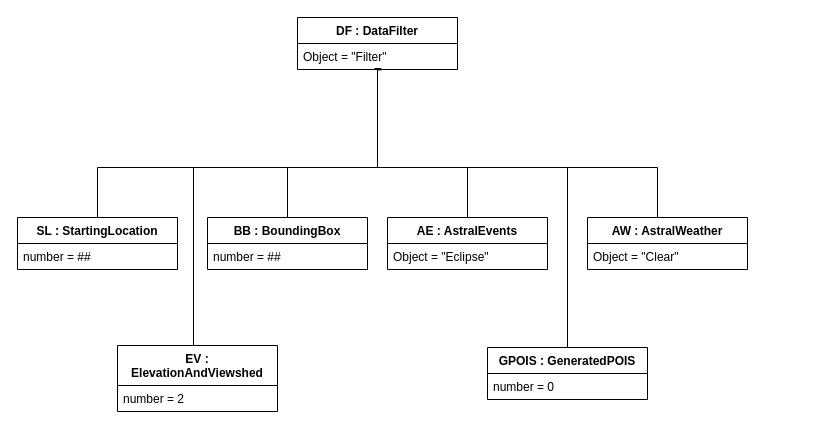
The draw.io diagram UML/DrawIO/ObjectDiagram.drawio in ALEEF02/PrecisionLocationProcessor, before the edit. Source tidied: cells renumbered, new cells numbered last; positions are measured from the earlier drawing's top-left corner, leaving out a move shared by most shapes. Both pictures are drawn from the tidied source at 100%, with x=0, y=0 at pixel (17, 17).
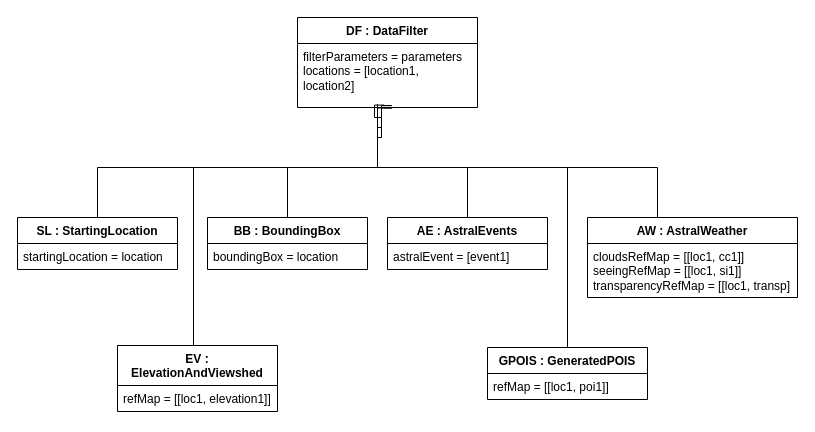
The same diagram, later.

Commit message:
ObjectDiagram draft to be reviewed by team

The change refers to these unchanged cells:
```xml
<mxCell id="4" value="SL : StartingLocation" style="swimlane;fontStyle=1;align=center;verticalAlign=top;horizontal=1;startSize=26;whiteSpace=wrap;html=1;" parent="1" vertex="1">
  <mxGeometry y="200" width="160" height="52" as="geometry" />
</mxCell>
<mxCell id="6" value="BB : BoundingBox" style="swimlane;fontStyle=1;align=center;verticalAlign=top;horizontal=1;startSize=26;whiteSpace=wrap;html=1;" parent="1" vertex="1">
  <mxGeometry x="190" y="200" width="160" height="52" as="geometry" />
</mxCell>
<mxCell id="8" value="AE : AstralEvents" style="swimlane;fontStyle=1;align=center;verticalAlign=top;horizontal=1;startSize=26;whiteSpace=wrap;html=1;" parent="1" vertex="1">
  <mxGeometry x="370" y="200" width="160" height="52" as="geometry" />
</mxCell>
<mxCell id="12" value="EV : ElevationAndViewshed" style="swimlane;fontStyle=1;align=center;verticalAlign=top;horizontal=1;startSize=40;whiteSpace=wrap;html=1;" parent="1" vertex="1">
  <mxGeometry x="100" y="328" width="160" height="66" as="geometry" />
</mxCell>
<mxCell id="14" value="GPOIS : GeneratedPOIS" style="swimlane;fontStyle=1;align=center;verticalAlign=top;horizontal=1;startSize=26;whiteSpace=wrap;html=1;" parent="1" vertex="1">
  <mxGeometry x="470" y="330" width="160" height="52" as="geometry" />
</mxCell>
```

What changed in the source:
```diff
@@
     <mxCell id="2" value="DF : DataFilter" style="swimlane;fontStyle=1;align=center;verticalAlign=top;horizontal=1;startSize=26;whiteSpace=wrap;html=1;" parent="1" vertex="1">
-      <mxGeometry x="280" width="160" height="52" as="geometry" />
+      <mxGeometry x="280" width="180" height="90" as="geometry" />
     </mxCell>
-    <mxCell id="3" value="Object = &quot;Filter&quot;" style="text;strokeColor=none;fillColor=none;align=left;verticalAlign=top;spacingLeft=4;spacingRight=4;overflow=hidden;points=[[0,0.5],[1,0.5]];portConstraint=eastwest;whiteSpace=wrap;html=1;" parent="2" vertex="1">
-      <mxGeometry y="26" width="160" height="26" as="geometry" />
+    <mxCell id="3" value="filterParameters = parameters&lt;br&gt;locations = [location1, location2]" style="text;strokeColor=none;fillColor=none;align=left;verticalAlign=top;spacingLeft=4;spacingRight=4;overflow=hidden;points=[[0,0.5],[1,0.5]];portConstraint=eastwest;whiteSpace=wrap;html=1;" parent="2" vertex="1">
+      <mxGeometry y="26" width="180" height="64" as="geometry" />
     </mxCell>
@@
-    <mxCell id="5" value="number = ##" style="text;strokeColor=none;fillColor=none;align=left;verticalAlign=top;spacingLeft=4;spacingRight=4;overflow=hidden;whiteSpace=wrap;html=1;" parent="4" vertex="1">
+    <mxCell id="5" value="startingLocation = location" style="text;strokeColor=none;fillColor=none;align=left;verticalAlign=top;spacingLeft=4;spacingRight=4;overflow=hidden;whiteSpace=wrap;html=1;" parent="4" vertex="1">
       <mxGeometry y="26" width="160" height="26" as="geometry" />
     </mxCell>
@@
-    <mxCell id="7" value="number = ##" style="text;strokeColor=none;fillColor=none;align=left;verticalAlign=top;spacingLeft=4;spacingRight=4;overflow=hidden;whiteSpace=wrap;html=1;" parent="6" vertex="1">
+    <mxCell id="7" value="boundingBox = location" style="text;strokeColor=none;fillColor=none;align=left;verticalAlign=top;spacingLeft=4;spacingRight=4;overflow=hidden;whiteSpace=wrap;html=1;" parent="6" vertex="1">
       <mxGeometry y="26" width="160" height="26" as="geometry" />
     </mxCell>
@@
-    <mxCell id="9" value="Object = &quot;Eclipse&quot;" style="text;strokeColor=none;fillColor=none;align=left;verticalAlign=top;spacingLeft=4;spacingRight=4;overflow=hidden;whiteSpace=wrap;html=1;" parent="8" vertex="1">
+    <mxCell id="9" value="astralEvent = [event1]" style="text;strokeColor=none;fillColor=none;align=left;verticalAlign=top;spacingLeft=4;spacingRight=4;overflow=hidden;whiteSpace=wrap;html=1;" parent="8" vertex="1">
       <mxGeometry y="26" width="160" height="26" as="geometry" />
     </mxCell>
     <mxCell id="10" value="AW : AstralWeather" style="swimlane;fontStyle=1;align=center;verticalAlign=top;horizontal=1;startSize=26;whiteSpace=wrap;html=1;" parent="1" vertex="1">
-      <mxGeometry x="570" y="200" width="160" height="52" as="geometry" />
+      <mxGeometry x="570" y="200" width="210" height="80" as="geometry" />
     </mxCell>
-    <mxCell id="11" value="Object = &quot;Clear&quot;" style="text;strokeColor=none;fillColor=none;align=left;verticalAlign=top;spacingLeft=4;spacingRight=4;overflow=hidden;whiteSpace=wrap;html=1;" parent="10" vertex="1">
-      <mxGeometry y="26" width="160" height="26" as="geometry" />
+    <mxCell id="11" value="cloudsRefMap = [[loc1, cc1]]&lt;br&gt;seeingRefMap = [[loc1, si1]]&lt;br&gt;transparencyRefMap = [[loc1, transp]" style="text;strokeColor=none;fillColor=none;align=left;verticalAlign=top;spacingLeft=4;spacingRight=4;overflow=hidden;whiteSpace=wrap;html=1;" parent="10" vertex="1">
+      <mxGeometry y="26" width="210" height="54" as="geometry" />
     </mxCell>
@@
-    <mxCell id="13" value="number = 2" style="text;strokeColor=none;fillColor=none;align=left;verticalAlign=top;spacingLeft=4;spacingRight=4;overflow=hidden;whiteSpace=wrap;html=1;" parent="12" vertex="1">
+    <mxCell id="13" value="refMap = [[loc1, elevation1]]" style="text;strokeColor=none;fillColor=none;align=left;verticalAlign=top;spacingLeft=4;spacingRight=4;overflow=hidden;whiteSpace=wrap;html=1;" parent="12" vertex="1">
       <mxGeometry y="40" width="160" height="26" as="geometry" />
     </mxCell>
@@
-    <mxCell id="15" value="number = 0" style="text;strokeColor=none;fillColor=none;align=left;verticalAlign=top;spacingLeft=4;spacingRight=4;overflow=hidden;whiteSpace=wrap;html=1;" parent="14" vertex="1">
+    <mxCell id="15" value="refMap = [[loc1, poi1]]" style="text;strokeColor=none;fillColor=none;align=left;verticalAlign=top;spacingLeft=4;spacingRight=4;overflow=hidden;whiteSpace=wrap;html=1;" parent="14" vertex="1">
       <mxGeometry y="26" width="160" height="26" as="geometry" />
     </mxCell>
     <mxCell id="16" style="edgeStyle=orthogonalEdgeStyle;rounded=0;jettySize=auto;html=1;exitX=0.5;exitY=0;exitDx=0;exitDy=0;entryX=0.523;entryY=1.008;entryDx=0;entryDy=0;entryPerimeter=0;endArrow=none;endFill=0;" parent="1" edge="1" source="4" target="3">
       <mxGeometry relative="1" as="geometry">
         <Array as="points">
           <mxPoint x="80" y="150" />
           <mxPoint x="360" y="150" />
-          <mxPoint x="360" y="52" />
+          <mxPoint x="360" y="110" />
+          <mxPoint x="364" y="110" />
         </Array>
       </mxGeometry>
     </mxCell>
     <mxCell id="17" style="edgeStyle=orthogonalEdgeStyle;rounded=0;jettySize=auto;html=1;exitX=0.5;exitY=0;exitDx=0;exitDy=0;entryX=0.523;entryY=0.97;entryDx=0;entryDy=0;entryPerimeter=0;endArrow=none;endFill=0;" parent="1" edge="1" source="6" target="3">
       <mxGeometry relative="1" as="geometry">
         <Array as="points">
           <mxPoint x="270" y="150" />
           <mxPoint x="360" y="150" />
-          <mxPoint x="360" y="51" />
+          <mxPoint x="360" y="100" />
+          <mxPoint x="364" y="100" />
         </Array>
       </mxGeometry>
     </mxCell>
     <mxCell id="18" style="edgeStyle=orthogonalEdgeStyle;rounded=0;jettySize=auto;html=1;exitX=0.5;exitY=0;exitDx=0;exitDy=0;entryX=0.523;entryY=0.97;entryDx=0;entryDy=0;entryPerimeter=0;endArrow=none;endFill=0;" parent="1" edge="1" source="8" target="3">
       <mxGeometry relative="1" as="geometry">
         <Array as="points">
           <mxPoint x="450" y="150" />
           <mxPoint x="360" y="150" />
-          <mxPoint x="360" y="51" />
+          <mxPoint x="360" y="120" />
+          <mxPoint x="364" y="120" />
         </Array>
       </mxGeometry>
     </mxCell>
     <mxCell id="19" style="edgeStyle=orthogonalEdgeStyle;rounded=0;jettySize=auto;html=1;exitX=0.5;exitY=0;exitDx=0;exitDy=0;entryX=0.526;entryY=1.008;entryDx=0;entryDy=0;entryPerimeter=0;endArrow=none;endFill=0;" parent="1" edge="1" source="10" target="3">
       <mxGeometry relative="1" as="geometry">
         <Array as="points">
           <mxPoint x="640" y="200" />
           <mxPoint x="640" y="150" />
           <mxPoint x="360" y="150" />
-          <mxPoint x="360" y="52" />
+          <mxPoint x="360" y="91" />
         </Array>
       </mxGeometry>
     </mxCell>
@@
     <mxCell id="21" style="edgeStyle=orthogonalEdgeStyle;rounded=0;jettySize=auto;html=1;exitX=0.5;exitY=0;exitDx=0;exitDy=0;entryX=0.481;entryY=0.962;entryDx=0;entryDy=0;entryPerimeter=0;endArrow=none;endFill=0;" parent="1" edge="1" source="14" target="3">
       <mxGeometry relative="1" as="geometry">
         <Array as="points">
           <mxPoint x="550" y="150" />
           <mxPoint x="360" y="150" />
-          <mxPoint x="360" y="51" />
+          <mxPoint x="360" y="100" />
+          <mxPoint x="357" y="100" />
         </Array>
       </mxGeometry>
     </mxCell>
```
